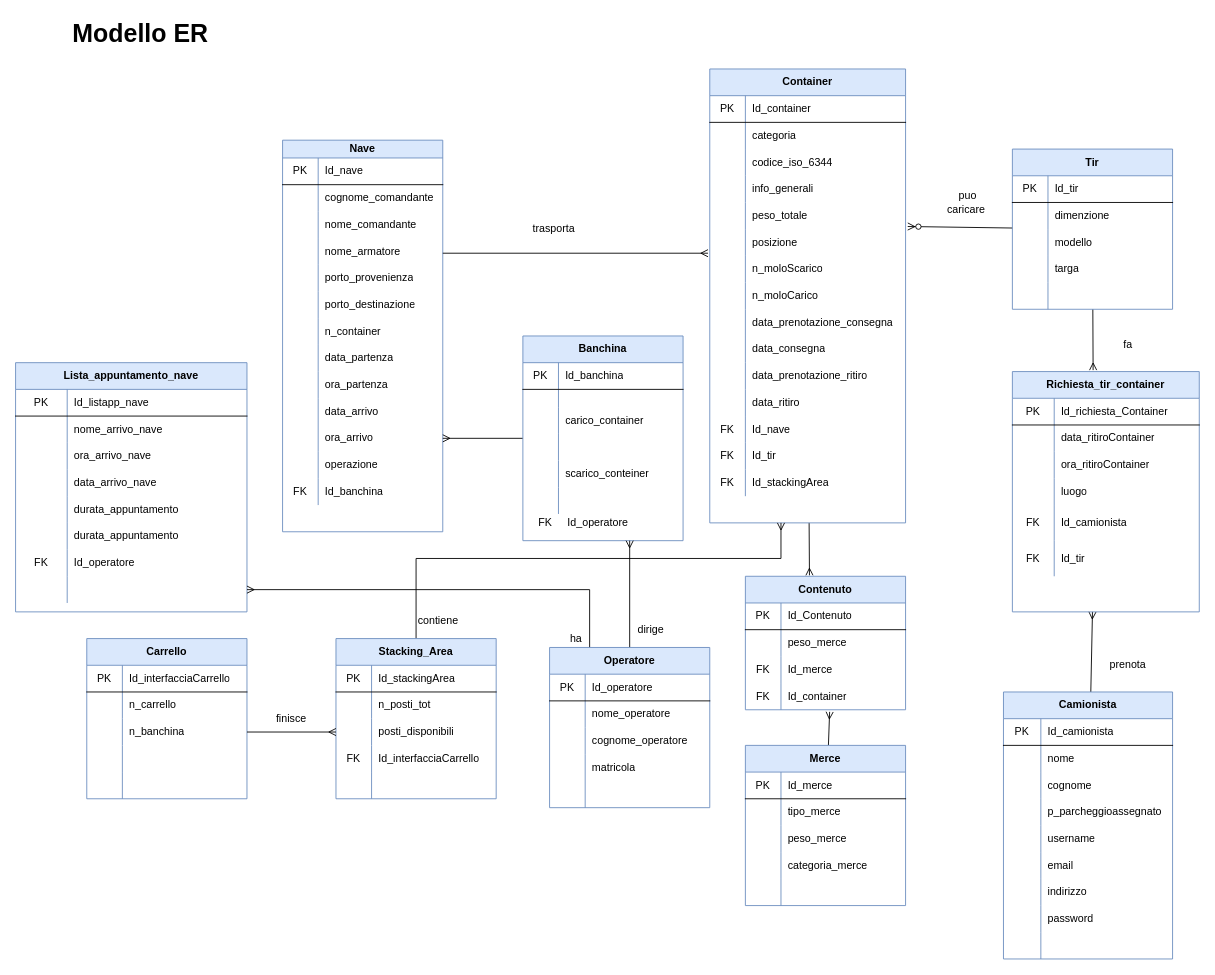
Before: databases_finito.drawio in giuliacangani02/EsameGiulia2021, a draw.io diagram. Source tidied: cells renumbered, new cells numbered last; positions are measured from the earlier drawing's top-left corner, leaving out a move shared by most shapes. Both pictures are drawn from the tidied source at 89%, with x=0, y=0 at pixel (15, 15).
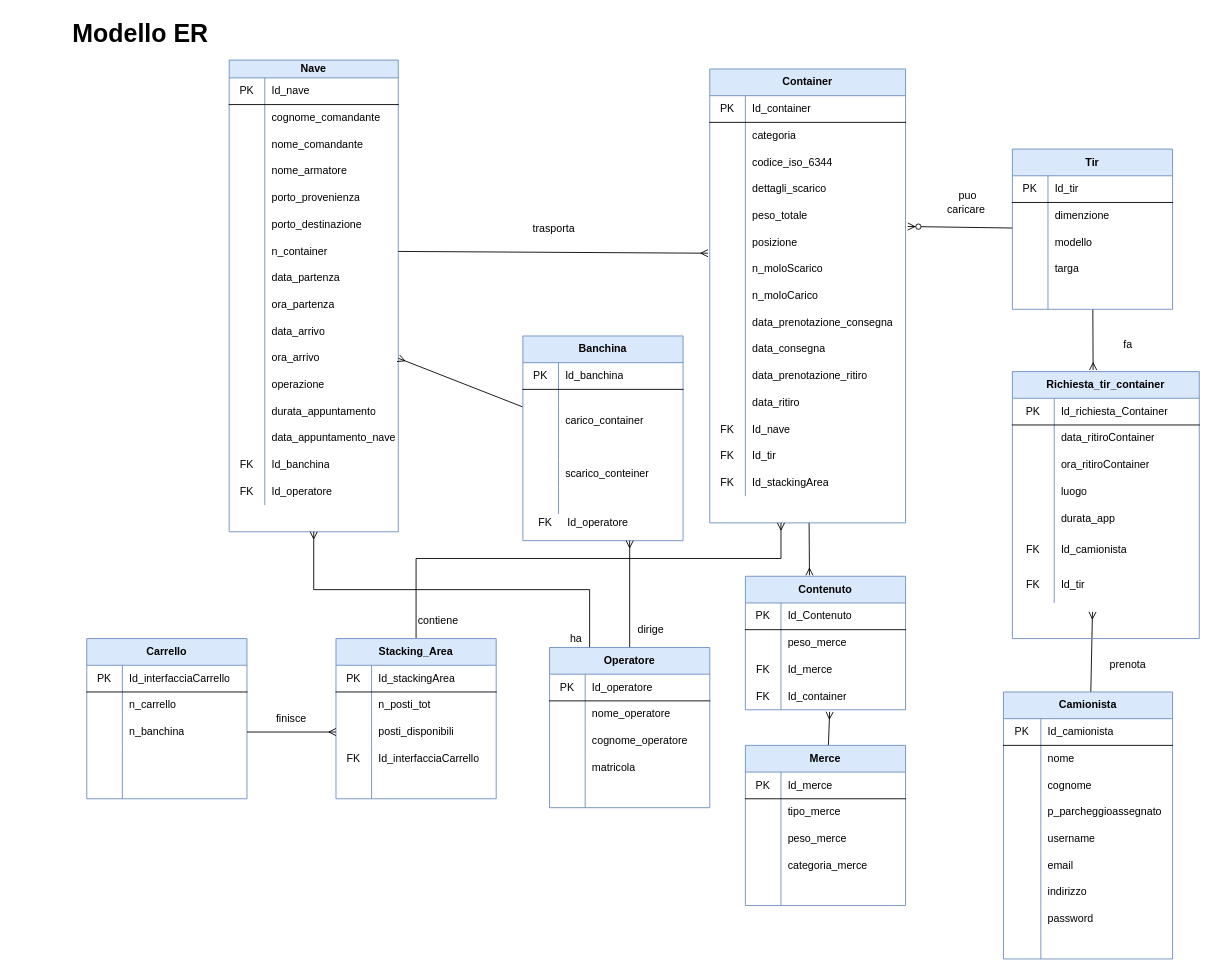
Above is the later version.

Unchanged cells that the change refers to:
```xml
<mxCell id="73" style="shape=partialRectangle;html=1;whiteSpace=wrap;fillColor=none;top=0;left=0;bottom=0;right=0;" parent="63" vertex="1">
  <mxGeometry y="120" width="220" height="30" as="geometry" />
</mxCell>
<mxCell id="235" value="Operatore" style="shape=table;html=1;whiteSpace=wrap;startSize=30;childLayout=tableLayout;rowLines=0;fontStyle=1;align=center;fillColor=#dae8fc;strokeColor=#6c8ebf;" parent="1" vertex="1">
  <mxGeometry x="600" y="710" width="180" height="180" as="geometry" />
</mxCell>
```

Change to the diagram source:
```diff
@@
     <mxCell id="2" value="Nave" style="shape=table;html=1;whiteSpace=wrap;startSize=20;childLayout=tableLayout;rowLines=0;fontStyle=1;align=center;fillColor=#dae8fc;strokeColor=#6c8ebf;" parent="1" vertex="1">
-      <mxGeometry x="300" y="140" width="180" height="440" as="geometry" />
+      <mxGeometry x="240" y="50" width="190" height="530" as="geometry" />
     </mxCell>
     <mxCell id="3" style="shape=partialRectangle;html=1;whiteSpace=wrap;fillColor=none;top=0;left=0;bottom=1;right=0;" parent="2" vertex="1">
-      <mxGeometry y="20" width="180" height="30" as="geometry" />
+      <mxGeometry y="20" width="190" height="30" as="geometry" />
     </mxCell>
@@
     <mxCell id="5" value="Id_nave" style="shape=partialRectangle;html=1;whiteSpace=wrap;fillColor=none;top=0;left=0;bottom=0;right=0;align=left;spacingLeft=6;overflow=hidden;" parent="3" vertex="1">
-      <mxGeometry x="40" width="140" height="30" as="geometry" />
+      <mxGeometry x="40" width="150" height="30" as="geometry" />
     </mxCell>
     <mxCell id="6" style="shape=partialRectangle;html=1;whiteSpace=wrap;fillColor=none;top=0;left=0;bottom=0;right=0;" parent="2" vertex="1">
-      <mxGeometry y="50" width="180" height="30" as="geometry" />
+      <mxGeometry y="50" width="190" height="30" as="geometry" />
     </mxCell>
@@
     <mxCell id="8" value="cognome_comandante" style="shape=partialRectangle;html=1;whiteSpace=wrap;fillColor=none;top=0;left=0;bottom=0;right=0;align=left;spacingLeft=6;overflow=hidden;" parent="6" vertex="1">
-      <mxGeometry x="40" width="140" height="30" as="geometry" />
+      <mxGeometry x="40" width="150" height="30" as="geometry" />
     </mxCell>
     <mxCell id="9" style="shape=partialRectangle;html=1;whiteSpace=wrap;fillColor=none;top=0;left=0;bottom=0;right=0;" parent="2" vertex="1">
-      <mxGeometry y="80" width="180" height="30" as="geometry" />
+      <mxGeometry y="80" width="190" height="30" as="geometry" />
     </mxCell>
@@
     <mxCell id="11" value="nome_comandante" style="shape=partialRectangle;html=1;whiteSpace=wrap;fillColor=none;top=0;left=0;bottom=0;right=0;align=left;spacingLeft=6;overflow=hidden;" parent="9" vertex="1">
-      <mxGeometry x="40" width="140" height="30" as="geometry" />
+      <mxGeometry x="40" width="150" height="30" as="geometry" />
     </mxCell>
     <mxCell id="12" style="shape=partialRectangle;html=1;whiteSpace=wrap;fillColor=none;top=0;left=0;bottom=0;right=0;" parent="2" vertex="1">
-      <mxGeometry y="110" width="180" height="30" as="geometry" />
+      <mxGeometry y="110" width="190" height="30" as="geometry" />
     </mxCell>
@@
     <mxCell id="14" value="nome_armatore" style="shape=partialRectangle;html=1;whiteSpace=wrap;fillColor=none;top=0;left=0;bottom=0;right=0;align=left;spacingLeft=6;overflow=hidden;" parent="12" vertex="1">
-      <mxGeometry x="40" width="140" height="30" as="geometry" />
+      <mxGeometry x="40" width="150" height="30" as="geometry" />
     </mxCell>
     <mxCell id="15" style="shape=partialRectangle;html=1;whiteSpace=wrap;fillColor=none;top=0;left=0;bottom=0;right=0;" parent="2" vertex="1">
-      <mxGeometry y="140" width="180" height="30" as="geometry" />
+      <mxGeometry y="140" width="190" height="30" as="geometry" />
     </mxCell>
@@
     <mxCell id="17" value="porto_provenienza" style="shape=partialRectangle;html=1;whiteSpace=wrap;fillColor=none;top=0;left=0;bottom=0;right=0;align=left;spacingLeft=6;overflow=hidden;" parent="15" vertex="1">
-      <mxGeometry x="40" width="140" height="30" as="geometry" />
+      <mxGeometry x="40" width="150" height="30" as="geometry" />
     </mxCell>
     <mxCell id="18" style="shape=partialRectangle;html=1;whiteSpace=wrap;fillColor=none;top=0;left=0;bottom=0;right=0;" parent="2" vertex="1">
-      <mxGeometry y="170" width="180" height="30" as="geometry" />
+      <mxGeometry y="170" width="190" height="30" as="geometry" />
     </mxCell>
@@
     <mxCell id="20" value="porto_destinazione" style="shape=partialRectangle;html=1;whiteSpace=wrap;fillColor=none;top=0;left=0;bottom=0;right=0;align=left;spacingLeft=6;overflow=hidden;" parent="18" vertex="1">
-      <mxGeometry x="40" width="140" height="30" as="geometry" />
+      <mxGeometry x="40" width="150" height="30" as="geometry" />
     </mxCell>
     <mxCell id="21" style="shape=partialRectangle;html=1;whiteSpace=wrap;fillColor=none;top=0;left=0;bottom=0;right=0;points=[[0,0.5],[1,0.5]];portConstraint=eastwest;" parent="2" vertex="1">
-      <mxGeometry y="200" width="180" height="30" as="geometry" />
+      <mxGeometry y="200" width="190" height="30" as="geometry" />
     </mxCell>
@@
     <mxCell id="23" value="n_container" style="shape=partialRectangle;html=1;whiteSpace=wrap;fillColor=none;top=0;left=0;bottom=0;right=0;align=left;spacingLeft=6;overflow=hidden;" parent="21" vertex="1">
-      <mxGeometry x="40" width="140" height="30" as="geometry" />
+      <mxGeometry x="40" width="150" height="30" as="geometry" />
     </mxCell>
     <mxCell id="24" style="shape=partialRectangle;html=1;whiteSpace=wrap;fillColor=none;top=0;left=0;bottom=0;right=0;" parent="2" vertex="1">
-      <mxGeometry y="230" width="180" height="30" as="geometry" />
+      <mxGeometry y="230" width="190" height="30" as="geometry" />
     </mxCell>
@@
     <mxCell id="26" value="data_partenza" style="shape=partialRectangle;html=1;whiteSpace=wrap;fillColor=none;top=0;left=0;bottom=0;right=0;align=left;spacingLeft=6;overflow=hidden;" parent="24" vertex="1">
-      <mxGeometry x="40" width="140" height="30" as="geometry" />
+      <mxGeometry x="40" width="150" height="30" as="geometry" />
     </mxCell>
     <mxCell id="27" style="shape=partialRectangle;html=1;whiteSpace=wrap;fillColor=none;top=0;left=0;bottom=0;right=0;" parent="2" vertex="1">
-      <mxGeometry y="260" width="180" height="30" as="geometry" />
+      <mxGeometry y="260" width="190" height="30" as="geometry" />
     </mxCell>
@@
     <mxCell id="29" value="ora_partenza" style="shape=partialRectangle;html=1;whiteSpace=wrap;fillColor=none;top=0;left=0;bottom=0;right=0;align=left;spacingLeft=6;overflow=hidden;" parent="27" vertex="1">
-      <mxGeometry x="40" width="140" height="30" as="geometry" />
+      <mxGeometry x="40" width="150" height="30" as="geometry" />
     </mxCell>
     <mxCell id="30" style="shape=partialRectangle;html=1;whiteSpace=wrap;fillColor=none;top=0;left=0;bottom=0;right=0;" parent="2" vertex="1">
-      <mxGeometry y="290" width="180" height="30" as="geometry" />
+      <mxGeometry y="290" width="190" height="30" as="geometry" />
     </mxCell>
@@
     <mxCell id="32" value="data_arrivo" style="shape=partialRectangle;html=1;whiteSpace=wrap;fillColor=none;top=0;left=0;bottom=0;right=0;align=left;spacingLeft=6;overflow=hidden;" parent="30" vertex="1">
-      <mxGeometry x="40" width="140" height="30" as="geometry" />
+      <mxGeometry x="40" width="150" height="30" as="geometry" />
     </mxCell>
     <mxCell id="33" style="shape=partialRectangle;html=1;whiteSpace=wrap;fillColor=none;top=0;left=0;bottom=0;right=0;points=[[0,0.5],[1,0.5]];portConstraint=eastwest;" parent="2" vertex="1">
-      <mxGeometry y="320" width="180" height="30" as="geometry" />
+      <mxGeometry y="320" width="190" height="30" as="geometry" />
     </mxCell>
@@
     <mxCell id="35" value="ora_arrivo" style="shape=partialRectangle;html=1;whiteSpace=wrap;fillColor=none;top=0;left=0;bottom=0;right=0;align=left;spacingLeft=6;overflow=hidden;" parent="33" vertex="1">
-      <mxGeometry x="40" width="140" height="30" as="geometry" />
+      <mxGeometry x="40" width="150" height="30" as="geometry" />
     </mxCell>
     <mxCell id="36" style="shape=partialRectangle;html=1;whiteSpace=wrap;fillColor=none;top=0;left=0;bottom=0;right=0;" parent="2" vertex="1">
-      <mxGeometry y="350" width="180" height="30" as="geometry" />
+      <mxGeometry y="350" width="190" height="30" as="geometry" />
     </mxCell>
@@
     <mxCell id="38" value="operazione" style="shape=partialRectangle;html=1;whiteSpace=wrap;fillColor=none;top=0;left=0;bottom=0;right=0;align=left;spacingLeft=6;overflow=hidden;" parent="36" vertex="1">
-      <mxGeometry x="40" width="140" height="30" as="geometry" />
+      <mxGeometry x="40" width="150" height="30" as="geometry" />
     </mxCell>
+    <mxCell id="294" style="shape=partialRectangle;html=1;whiteSpace=wrap;fillColor=none;top=0;left=0;bottom=0;right=0;" parent="2" vertex="1">
+      <mxGeometry y="380" width="190" height="30" as="geometry" />
+    </mxCell>
+    <mxCell id="295" style="shape=partialRectangle;html=1;whiteSpace=wrap;fillColor=none;top=0;left=0;bottom=0;right=0;overflow=hidden;" parent="294" vertex="1">
+      <mxGeometry width="40" height="30" as="geometry" />
+    </mxCell>
+    <mxCell id="296" value="durata_appuntamento" style="shape=partialRectangle;html=1;whiteSpace=wrap;fillColor=none;top=0;left=0;bottom=0;right=0;align=left;spacingLeft=6;overflow=hidden;" parent="294" vertex="1">
+      <mxGeometry x="40" width="150" height="30" as="geometry" />
+    </mxCell>
+    <mxCell id="297" style="shape=partialRectangle;html=1;whiteSpace=wrap;fillColor=none;top=0;left=0;bottom=0;right=0;" parent="2" vertex="1">
+      <mxGeometry y="410" width="190" height="30" as="geometry" />
+    </mxCell>
+    <mxCell id="298" style="shape=partialRectangle;html=1;whiteSpace=wrap;fillColor=none;top=0;left=0;bottom=0;right=0;overflow=hidden;" parent="297" vertex="1">
+      <mxGeometry width="40" height="30" as="geometry" />
+    </mxCell>
+    <mxCell id="299" value="data_appuntamento_nave" style="shape=partialRectangle;html=1;whiteSpace=wrap;fillColor=none;top=0;left=0;bottom=0;right=0;align=left;spacingLeft=6;overflow=hidden;" parent="297" vertex="1">
+      <mxGeometry x="40" width="150" height="30" as="geometry" />
+    </mxCell>
     <mxCell id="39" style="shape=partialRectangle;html=1;whiteSpace=wrap;fillColor=none;top=0;left=0;bottom=0;right=0;" parent="2" vertex="1">
-      <mxGeometry y="380" width="180" height="30" as="geometry" />
+      <mxGeometry y="440" width="190" height="30" as="geometry" />
     </mxCell>
@@
     <mxCell id="41" value="Id_banchina" style="shape=partialRectangle;html=1;whiteSpace=wrap;fillColor=none;top=0;left=0;bottom=0;right=0;align=left;spacingLeft=6;overflow=hidden;" parent="39" vertex="1">
-      <mxGeometry x="40" width="140" height="30" as="geometry" />
+      <mxGeometry x="40" width="150" height="30" as="geometry" />
     </mxCell>
+    <mxCell id="300" style="shape=partialRectangle;html=1;whiteSpace=wrap;fillColor=none;top=0;left=0;bottom=0;right=0;" parent="2" vertex="1">
+      <mxGeometry y="470" width="190" height="30" as="geometry" />
+    </mxCell>
+    <mxCell id="228" value="FK" style="shape=partialRectangle;html=1;whiteSpace=wrap;fillColor=none;top=0;left=0;bottom=0;right=0;overflow=hidden;" parent="300" vertex="1">
+      <mxGeometry width="40" height="30" as="geometry" />
+    </mxCell>
+    <mxCell id="229" value="Id_operatore" style="shape=partialRectangle;html=1;whiteSpace=wrap;fillColor=none;top=0;left=0;bottom=0;right=0;align=left;spacingLeft=6;overflow=hidden;" parent="300" vertex="1">
+      <mxGeometry x="40" width="150" height="30" as="geometry" />
+    </mxCell>
@@
-    <mxCell id="75" value="info_generali" style="shape=partialRectangle;html=1;whiteSpace=wrap;fillColor=none;top=0;left=0;bottom=0;right=0;align=left;spacingLeft=6;overflow=hidden;" parent="73" vertex="1">
+    <mxCell id="75" value="dettagli_scarico" style="shape=partialRectangle;html=1;whiteSpace=wrap;fillColor=none;top=0;left=0;bottom=0;right=0;align=left;spacingLeft=6;overflow=hidden;" parent="73" vertex="1">
       <mxGeometry x="40" width="180" height="30" as="geometry" />
     </mxCell>
@@
-    <mxCell id="208" value="Lista_appuntamento_nave" style="shape=table;html=1;whiteSpace=wrap;startSize=30;childLayout=tableLayout;rowLines=0;fontStyle=1;align=center;fillColor=#dae8fc;strokeColor=#6c8ebf;" parent="1" vertex="1">
-      <mxGeometry y="390" width="260" height="280" as="geometry" />
-    </mxCell>
-    <mxCell id="209" style="shape=partialRectangle;html=1;whiteSpace=wrap;fillColor=none;top=0;left=0;bottom=1;right=0;" parent="208" vertex="1">
-      <mxGeometry y="30" width="260" height="30" as="geometry" />
-    </mxCell>
-    <mxCell id="210" value="PK" style="shape=partialRectangle;html=1;whiteSpace=wrap;fillColor=none;top=0;left=0;bottom=0;right=0;overflow=hidden;" parent="209" vertex="1">
-      <mxGeometry width="58" height="30" as="geometry" />
-    </mxCell>
-    <mxCell id="211" value="&lt;div style=&quot;text-align: center&quot;&gt;&lt;span&gt;Id_listapp_nave&lt;/span&gt;&lt;/div&gt;" style="shape=partialRectangle;html=1;whiteSpace=wrap;fillColor=none;top=0;left=0;bottom=0;right=0;align=left;spacingLeft=6;overflow=hidden;" parent="209" vertex="1">
-      <mxGeometry x="58" width="202" height="30" as="geometry" />
-    </mxCell>
-    <mxCell id="212" style="shape=partialRectangle;html=1;whiteSpace=wrap;fillColor=none;top=0;left=0;bottom=0;right=0;" parent="208" vertex="1">
-      <mxGeometry y="60" width="260" height="30" as="geometry" />
-    </mxCell>
-    <mxCell id="213" style="shape=partialRectangle;html=1;whiteSpace=wrap;fillColor=none;top=0;left=0;bottom=0;right=0;overflow=hidden;" parent="212" vertex="1">
-      <mxGeometry width="58" height="30" as="geometry" />
-    </mxCell>
-    <mxCell id="214" value="nome_arrivo_nave" style="shape=partialRectangle;html=1;whiteSpace=wrap;fillColor=none;top=0;left=0;bottom=0;right=0;align=left;spacingLeft=6;overflow=hidden;" parent="212" vertex="1">
-      <mxGeometry x="58" width="202" height="30" as="geometry" />
-    </mxCell>
-    <mxCell id="215" style="shape=partialRectangle;html=1;whiteSpace=wrap;fillColor=none;top=0;left=0;bottom=0;right=0;" parent="208" vertex="1">
-      <mxGeometry y="90" width="260" height="30" as="geometry" />
-    </mxCell>
-    <mxCell id="216" style="shape=partialRectangle;html=1;whiteSpace=wrap;fillColor=none;top=0;left=0;bottom=0;right=0;overflow=hidden;" parent="215" vertex="1">
-      <mxGeometry width="58" height="30" as="geometry" />
-    </mxCell>
-    <mxCell id="217" value="ora_arrivo_nave" style="shape=partialRectangle;html=1;whiteSpace=wrap;fillColor=none;top=0;left=0;bottom=0;right=0;align=left;spacingLeft=6;overflow=hidden;" parent="215" vertex="1">
-      <mxGeometry x="58" width="202" height="30" as="geometry" />
-    </mxCell>
-    <mxCell id="218" style="shape=partialRectangle;html=1;whiteSpace=wrap;fillColor=none;top=0;left=0;bottom=0;right=0;" parent="208" vertex="1">
-      <mxGeometry y="120" width="260" height="30" as="geometry" />
-    </mxCell>
-    <mxCell id="219" style="shape=partialRectangle;html=1;whiteSpace=wrap;fillColor=none;top=0;left=0;bottom=0;right=0;overflow=hidden;" parent="218" vertex="1">
-      <mxGeometry width="58" height="30" as="geometry" />
-    </mxCell>
-    <mxCell id="220" value="data_arrivo_nave" style="shape=partialRectangle;html=1;whiteSpace=wrap;fillColor=none;top=0;left=0;bottom=0;right=0;align=left;spacingLeft=6;overflow=hidden;" parent="218" vertex="1">
-      <mxGeometry x="58" width="202" height="30" as="geometry" />
-    </mxCell>
-    <mxCell id="221" style="shape=partialRectangle;html=1;whiteSpace=wrap;fillColor=none;top=0;left=0;bottom=0;right=0;" parent="208" vertex="1">
-      <mxGeometry y="150" width="260" height="30" as="geometry" />
-    </mxCell>
-    <mxCell id="222" style="shape=partialRectangle;html=1;whiteSpace=wrap;fillColor=none;top=0;left=0;bottom=0;right=0;overflow=hidden;" parent="221" vertex="1">
-      <mxGeometry width="58" height="30" as="geometry" />
-    </mxCell>
-    <mxCell id="223" value="durata_appuntamento" style="shape=partialRectangle;html=1;whiteSpace=wrap;fillColor=none;top=0;left=0;bottom=0;right=0;align=left;spacingLeft=6;overflow=hidden;" parent="221" vertex="1">
-      <mxGeometry x="58" width="202" height="30" as="geometry" />
-    </mxCell>
-    <mxCell id="224" style="shape=partialRectangle;html=1;whiteSpace=wrap;fillColor=none;top=0;left=0;bottom=0;right=0;" parent="208" vertex="1">
-      <mxGeometry y="180" width="260" height="30" as="geometry" />
-    </mxCell>
-    <mxCell id="225" style="shape=partialRectangle;html=1;whiteSpace=wrap;fillColor=none;top=0;left=0;bottom=0;right=0;overflow=hidden;" parent="224" vertex="1">
-      <mxGeometry width="58" height="30" as="geometry" />
-    </mxCell>
-    <mxCell id="226" value="durata_appuntamento" style="shape=partialRectangle;html=1;whiteSpace=wrap;fillColor=none;top=0;left=0;bottom=0;right=0;align=left;spacingLeft=6;overflow=hidden;" parent="224" vertex="1">
-      <mxGeometry x="58" width="202" height="30" as="geometry" />
-    </mxCell>
-    <mxCell id="227" style="shape=partialRectangle;html=1;whiteSpace=wrap;fillColor=none;top=0;left=0;bottom=0;right=0;" parent="208" vertex="1">
-      <mxGeometry y="210" width="260" height="30" as="geometry" />
-    </mxCell>
-    <mxCell id="228" value="FK" style="shape=partialRectangle;html=1;whiteSpace=wrap;fillColor=none;top=0;left=0;bottom=0;right=0;overflow=hidden;" parent="227" vertex="1">
-      <mxGeometry width="58" height="30" as="geometry" />
-    </mxCell>
-    <mxCell id="229" value="Id_operatore" style="shape=partialRectangle;html=1;whiteSpace=wrap;fillColor=none;top=0;left=0;bottom=0;right=0;align=left;spacingLeft=6;overflow=hidden;" parent="227" vertex="1">
-      <mxGeometry x="58" width="202" height="30" as="geometry" />
-    </mxCell>
-    <mxCell id="230" style="shape=partialRectangle;html=1;whiteSpace=wrap;fillColor=none;top=0;left=0;bottom=0;right=0;points=[[0,0.5],[1,0.5]];portConstraint=eastwest;" parent="208" vertex="1">
-      <mxGeometry y="240" width="260" height="30" as="geometry" />
-    </mxCell>
-    <mxCell id="231" style="shape=partialRectangle;html=1;whiteSpace=wrap;fillColor=none;top=0;left=0;bottom=0;right=0;overflow=hidden;" parent="230" vertex="1">
-      <mxGeometry width="58" height="30" as="geometry" />
-    </mxCell>
-    <mxCell id="232" style="shape=partialRectangle;html=1;whiteSpace=wrap;fillColor=none;top=0;left=0;bottom=0;right=0;align=left;spacingLeft=6;overflow=hidden;" parent="230" vertex="1">
-      <mxGeometry x="58" width="202" height="30" as="geometry" />
-    </mxCell>
@@
-    <mxCell id="234" style="edgeStyle=orthogonalEdgeStyle;rounded=0;jettySize=auto;html=1;exitX=0.25;exitY=0;exitDx=0;exitDy=0;endArrow=ERmany;endFill=0;" parent="1" edge="1" source="235" target="230">
+    <mxCell id="234" style="edgeStyle=orthogonalEdgeStyle;rounded=0;jettySize=auto;html=1;exitX=0.25;exitY=0;exitDx=0;exitDy=0;endArrow=ERmany;endFill=0;entryX=0.5;entryY=1;entryDx=0;entryDy=0;" parent="1" edge="1" source="235" target="2">
       <mxGeometry relative="1" as="geometry" />
     </mxCell>
@@
     <mxCell id="252" value="Richiesta_tir_container" style="shape=table;html=1;whiteSpace=wrap;startSize=30;childLayout=tableLayout;rowLines=0;fontStyle=1;align=center;fillColor=#dae8fc;strokeColor=#6c8ebf;" parent="1" vertex="1">
-      <mxGeometry x="1120" y="400" width="210" height="270" as="geometry" />
+      <mxGeometry x="1120" y="400" width="210" height="300" as="geometry" />
     </mxCell>
@@
+    <mxCell id="301" style="shape=partialRectangle;html=1;whiteSpace=wrap;fillColor=none;top=0;left=0;bottom=0;right=0;" parent="252" vertex="1">
+      <mxGeometry y="150" width="210" height="30" as="geometry" />
+    </mxCell>
+    <mxCell id="302" style="shape=partialRectangle;html=1;whiteSpace=wrap;fillColor=none;top=0;left=0;bottom=0;right=0;overflow=hidden;" parent="301" vertex="1">
+      <mxGeometry width="47" height="30" as="geometry" />
+    </mxCell>
+    <mxCell id="303" value="durata_app" style="shape=partialRectangle;html=1;whiteSpace=wrap;fillColor=none;top=0;left=0;bottom=0;right=0;align=left;spacingLeft=6;overflow=hidden;" parent="301" vertex="1">
+      <mxGeometry x="47" width="163" height="30" as="geometry" />
+    </mxCell>
     <mxCell id="265" style="shape=partialRectangle;html=1;whiteSpace=wrap;fillColor=none;top=0;left=0;bottom=0;right=0;" parent="252" vertex="1">
-      <mxGeometry y="150" width="210" height="40" as="geometry" />
+      <mxGeometry y="180" width="210" height="40" as="geometry" />
     </mxCell>
@@
     <mxCell id="268" style="shape=partialRectangle;html=1;whiteSpace=wrap;fillColor=none;top=0;left=0;bottom=0;right=0;" parent="252" vertex="1">
-      <mxGeometry y="190" width="210" height="40" as="geometry" />
+      <mxGeometry y="220" width="210" height="40" as="geometry" />
     </mxCell>
@@
-    <mxCell id="291" style="rounded=0;orthogonalLoop=1;jettySize=auto;html=1;endArrow=ERmany;endFill=0;" parent="1" edge="1">
+    <mxCell id="291" style="rounded=0;jettySize=auto;html=1;endArrow=ERmany;endFill=0;exitX=1;exitY=0.5;exitDx=0;exitDy=0;" parent="1" edge="1" source="21">
       <mxGeometry relative="1" as="geometry">
-        <mxPoint x="480" y="267" as="sourcePoint" />
         <mxPoint x="778" y="267" as="targetPoint" />
       </mxGeometry>
     </mxCell>
```
